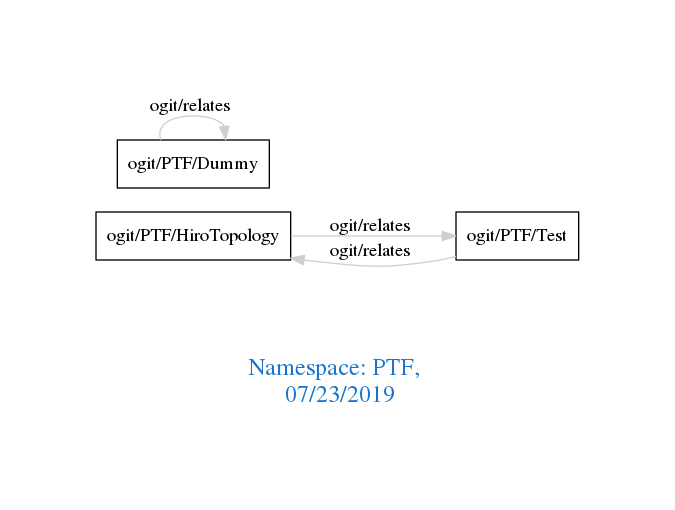
Above: downloads/PTF.png in arago/OGIT (Graphviz), before the change. Its source is kept beside it as downloads/PTF.dot. Its diagram source:
```dot
digraph OGIT_ontology {
 graph [ rankdir= LR,pad=1
fontsize = 18,
fontcolor= dodgerblue3,label = "\n\n\nNamespace: PTF, \n 07/23/2019"];
node[shape=polygon];
edge [  color="gray81"];

   "ogit/PTF/HiroTopology" -> "ogit/PTF/Test" [label="   ogit/relates    "];
   "ogit/PTF/Test" -> "ogit/PTF/HiroTopology" [label="   ogit/relates    "];
   "ogit/PTF/Dummy" -> "ogit/PTF/Dummy" [label="   ogit/relates    "];
}
```
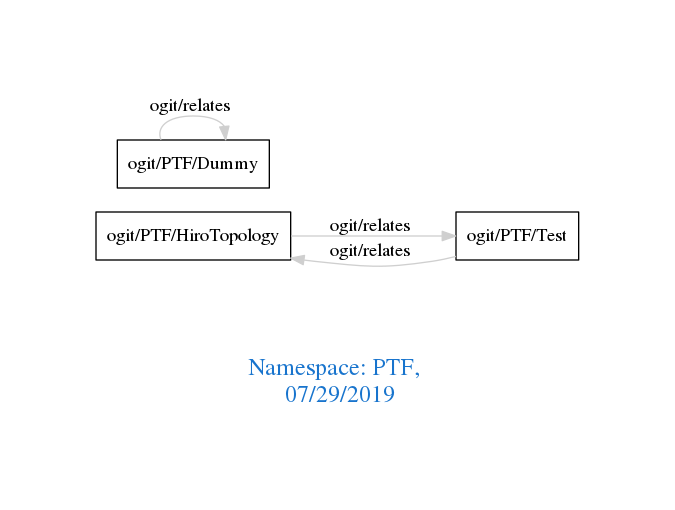
Above is the later version.

What changed in the source:
```diff
@@ -1,7 +1,7 @@
 digraph OGIT_ontology {
  graph [ rankdir= LR,pad=1
 fontsize = 18,
-fontcolor= dodgerblue3,label = "\n\n\nNamespace: PTF, \n 07/23/2019"];
+fontcolor= dodgerblue3,label = "\n\n\nNamespace: PTF, \n 07/29/2019"];
 node[shape=polygon];
 edge [  color="gray81"];
 
```
